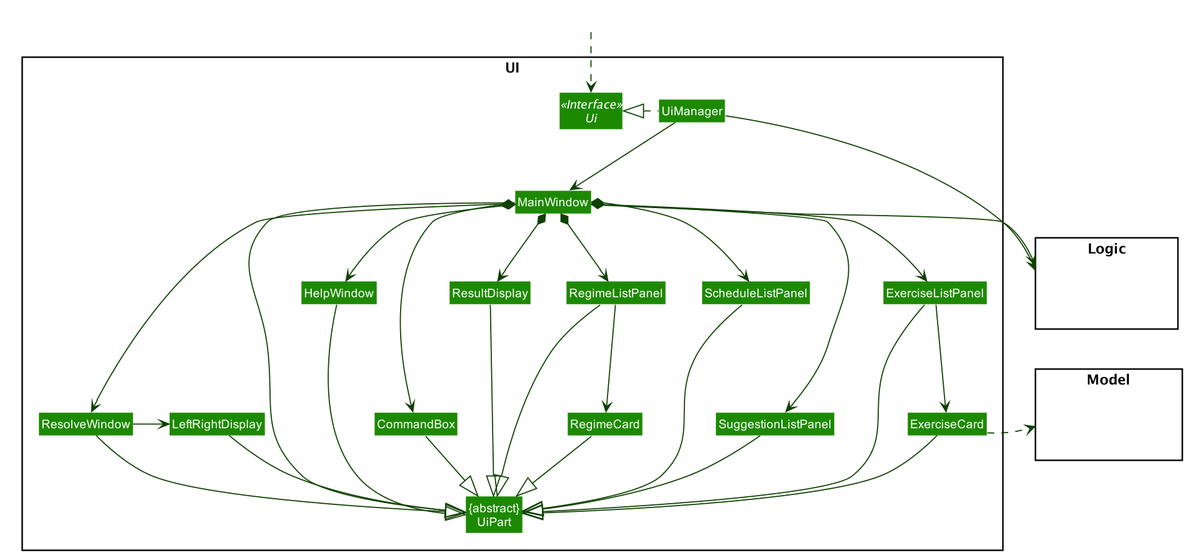
This is docs/images/UiClassDiagram.png from kwekke/main, a PlantUML export, as it was before one commit. The source it was exported from:
```plantuml
@startuml








skinparam BackgroundColor #FFFFFFF

skinparam Shadowing false

skinparam Class {
    FontColor #FFFFFF
    BorderThickness 1
    BorderColor #FFFFFF
    StereotypeFontColor #FFFFFF
    FontName Arial
}

skinparam Actor {
    BorderColor #000000
    Color #000000
    FontName Arial
}

skinparam Sequence {
    MessageAlign center
    BoxFontSize 15
    BoxPadding 0
    BoxFontColor #FFFFFF
    FontName Arial
}

skinparam Participant {
    FontColor #FFFFFFF
    Padding 20
}

skinparam MinClassWidth 50
skinparam ParticipantPadding 10
skinparam Shadowing false
skinparam DefaultTextAlignment center
skinparam packageStyle Rectangle

hide footbox
hide members
hide circle
skinparam arrowThickness 1.1
skinparam arrowColor #0E4100
skinparam classBackgroundColor #1D8900

package UI <<Rectangle>>{
Interface Ui <<Interface>>
Class "{abstract}\nUiPart" as UiPart
Class UiManager
Class MainWindow
Class HelpWindow
Class CommandBox
Class ResultDisplay
Class ResolveWindow
Class LeftRightDisplay
Class ExerciseListPanel
Class RegimeListPanel
Class ScheduleListPanel
Class SuggestionListPanel
Class ExerciseCard
Class RegimeCard
}

package Model <<Rectangle>> {
Class HiddenModel #FFFFFF
}

package Logic <<Rectangle>> {
Class HiddenLogic #FFFFFF
}

Class HiddenOutside #FFFFFF
HiddenOutside ..> Ui

UiManager .left.|> Ui
UiManager -down-> MainWindow

MainWindow *--> HelpWindow
MainWindow *--> CommandBox
MainWindow *--> ResultDisplay
MainWindow *--> ResolveWindow
MainWindow *--> ExerciseListPanel
MainWindow *--> RegimeListPanel
MainWindow *--> ScheduleListPanel
MainWindow *--> SuggestionListPanel

ExerciseListPanel --> ExerciseCard
RegimeListPanel --> RegimeCard

MainWindow --|> UiPart

HelpWindow --|> UiPart
ResultDisplay --|> UiPart
CommandBox --|> UiPart
ResolveWindow --|> UiPart
LeftRightDisplay --|> UiPart
ExerciseListPanel --|> UiPart
ExerciseCard --|> UiPart
RegimeListPanel --|> UiPart
RegimeCard --|> UiPart
ScheduleListPanel --|> UiPart
SuggestionListPanel --|> UiPart

ExerciseCard .right.> Model
UiManager -right-> Logic
MainWindow -right-> Logic

ResolveWindow -> LeftRightDisplay

ExerciseListPanel -[hidden]left- HiddenLogic
ExerciseCard -[hidden]left- HiddenLogic
HelpWindow -[hidden]- CommandBox
MainWindow -[hidden]-|> UiPart
@enduml
```
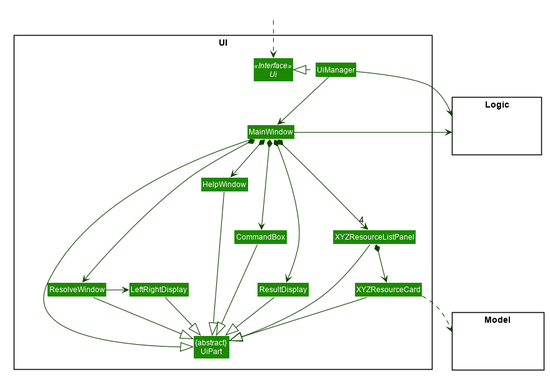
Above is the later version.

Commit message:
Update UML diagram for UiClassDiagram

The edit, as a diff of the source:
```diff
@@ -61,12 +61,8 @@
 Class ResultDisplay
 Class ResolveWindow
 Class LeftRightDisplay
-Class ExerciseListPanel
-Class RegimeListPanel
-Class ScheduleListPanel
-Class SuggestionListPanel
-Class ExerciseCard
-Class RegimeCard
+Class XYZResourceListPanel
+Class XYZResourceCard
 }
 
 package Model <<Rectangle>> {
@@ -87,36 +83,27 @@
 MainWindow *--> CommandBox
 MainWindow *--> ResultDisplay
 MainWindow *--> ResolveWindow
-MainWindow *--> ExerciseListPanel
-MainWindow *--> RegimeListPanel
-MainWindow *--> ScheduleListPanel
-MainWindow *--> SuggestionListPanel
+MainWindow *--> "4" XYZResourceListPanel
+XYZResourceListPanel *--> XYZResourceCard
 
-ExerciseListPanel --> ExerciseCard
-RegimeListPanel --> RegimeCard
-
-MainWindow --|> UiPart
+MainWindow -left-|> UiPart
 
 HelpWindow --|> UiPart
 ResultDisplay --|> UiPart
 CommandBox --|> UiPart
 ResolveWindow --|> UiPart
 LeftRightDisplay --|> UiPart
-ExerciseListPanel --|> UiPart
-ExerciseCard --|> UiPart
-RegimeListPanel --|> UiPart
-RegimeCard --|> UiPart
-ScheduleListPanel --|> UiPart
-SuggestionListPanel --|> UiPart
+XYZResourceListPanel --|> UiPart
+XYZResourceCard --|> UiPart
 
-ExerciseCard .right.> Model
-UiManager -right-> Logic
+
+XYZResourceCard ..> Model
+UiManager --> Logic
 MainWindow -right-> Logic
 
 ResolveWindow -> LeftRightDisplay
 
-ExerciseListPanel -[hidden]left- HiddenLogic
-ExerciseCard -[hidden]left- HiddenLogic
 HelpWindow -[hidden]- CommandBox
+CommandBox -[hidden]- ResultDisplay
 MainWindow -[hidden]-|> UiPart
 @enduml
```
